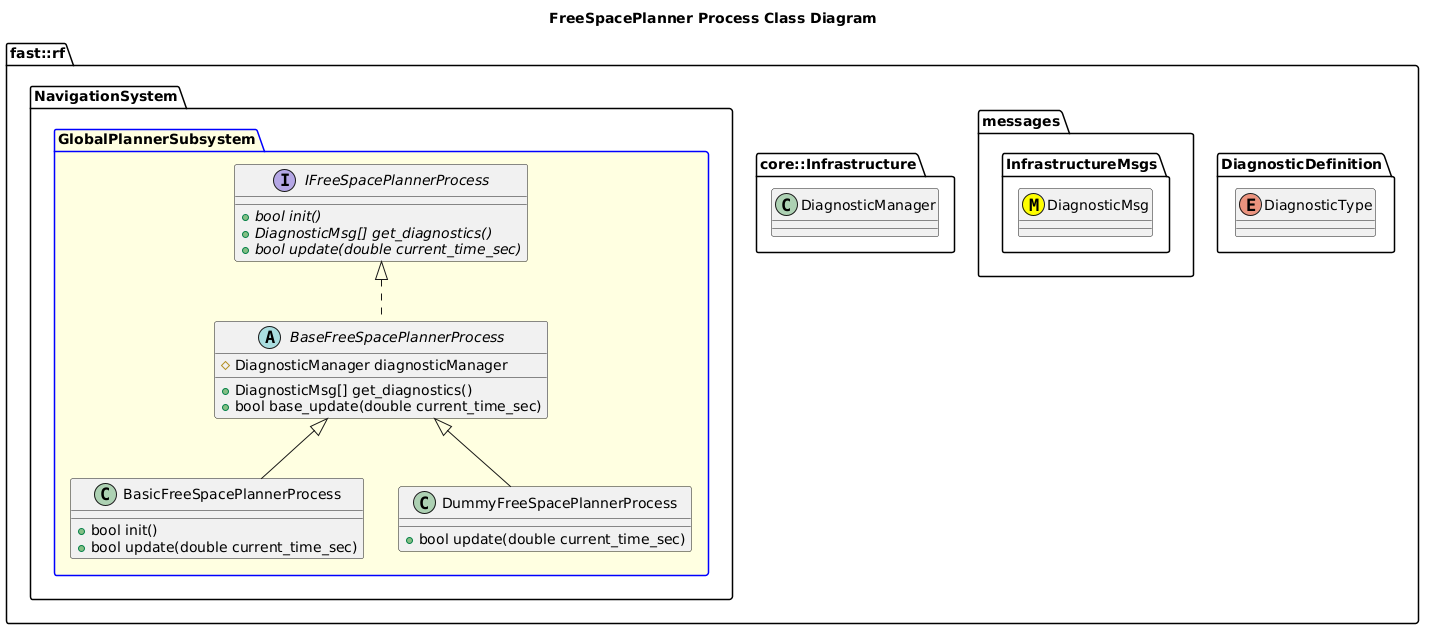
Earlier version of the PlantUML export Systems/Navigation/Subsystems/GlobalPlanner/Processes/FreeSpacePlanner/doc/puml/FreeSpacePlannerProcessClassDiagram.png (fastrobotics/robot_framework).
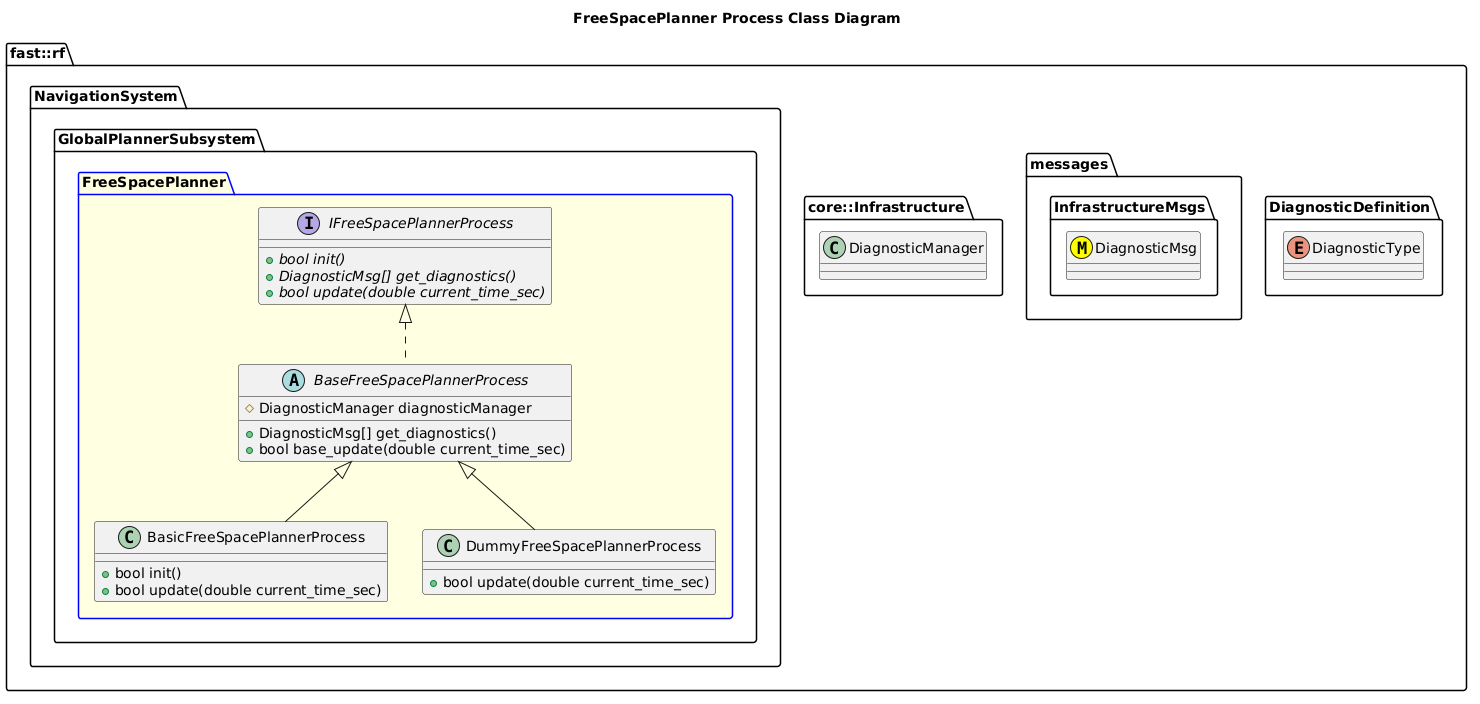
The same diagram one commit later.

The edit, as a diff of the source:
```diff
@@ -14,7 +14,8 @@
     class DiagnosticManager
   }
   namespace NavigationSystem {
-    package GlobalPlannerSubsystem #LightYellow;line:blue {
+    namespace GlobalPlannerSubsystem {
+      package FreeSpacePlanner #LightYellow;line:blue {
 
         interface IFreeSpacePlannerProcess  {
           +{abstract} bool init()
@@ -37,6 +38,7 @@
           +bool update(double current_time_sec)
         }
         DummyFreeSpacePlannerProcess -up-|> BaseFreeSpacePlannerProcess
+      }
     }
   }
 }
```
